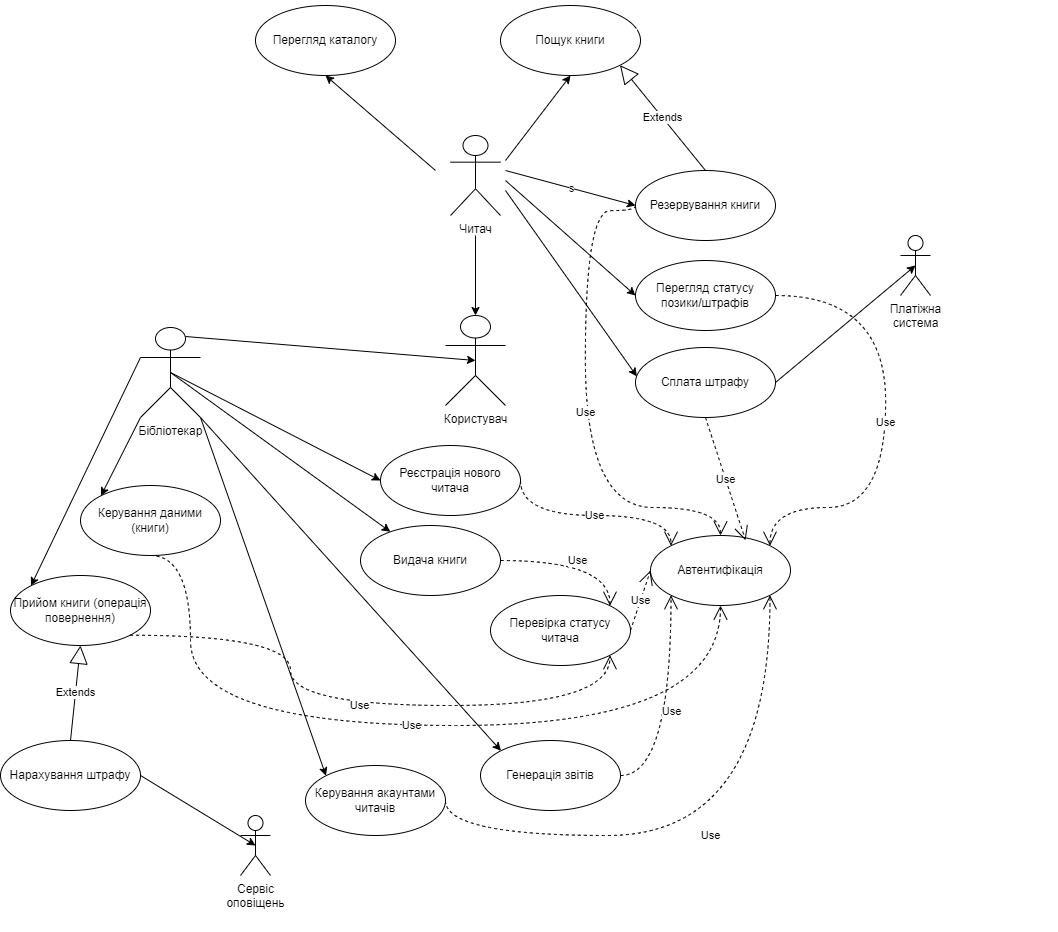
Above: Lab2/Use Case Diagram.png in DenysP21/Labs_KPI_2 (draw.io), before the change. Source tidied: cells renumbered, new cells last; positions are measured from the earlier drawing's top-left corner, leaving out a move shared by most shapes.
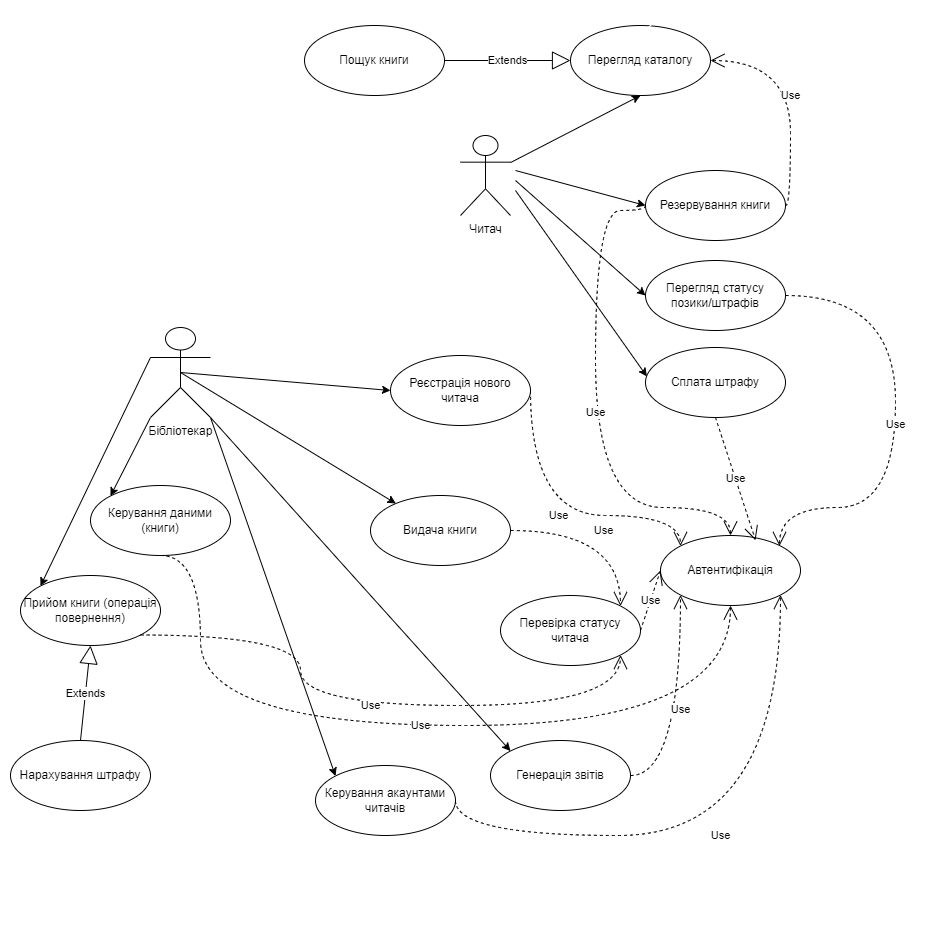
After the commit.

Diff of the diagram source:
```diff
@@ -2,7 +2,7 @@
   <root>
     <mxCell id="0" />
     <mxCell id="1" parent="0" />
-    <mxCell id="2" value="s" style="rounded=0;jettySize=auto;html=1;entryX=0;entryY=0.5;entryDx=0;entryDy=0;" parent="1" edge="1" target="14">
+    <mxCell id="2" style="rounded=0;jettySize=auto;html=1;entryX=0;entryY=0.5;entryDx=0;entryDy=0;" parent="1" edge="1" target="14">
       <mxGeometry relative="1" as="geometry">
         <mxPoint x="505" y="170" as="sourcePoint" />
       </mxGeometry>
@@ -15,9 +15,6 @@
     <mxCell id="4" value="Читач" style="shape=umlActor;verticalLabelPosition=bottom;verticalAlign=top;html=1;outlineConnect=0;" parent="1" vertex="1">
       <mxGeometry x="450" y="135" width="50" height="80" as="geometry" />
     </mxCell>
-    <mxCell id="5" style="rounded=0;jettySize=auto;html=1;entryX=0.5;entryY=0.5;entryDx=0;entryDy=0;entryPerimeter=0;exitX=0.75;exitY=0.1;exitDx=0;exitDy=0;exitPerimeter=0;" parent="1" edge="1" source="12" target="34">
-      <mxGeometry relative="1" as="geometry" />
-    </mxCell>
     <mxCell id="6" style="rounded=0;jettySize=auto;html=1;exitX=0.5;exitY=0.5;exitDx=0;exitDy=0;exitPerimeter=0;" parent="1" edge="1" source="12" target="40">
       <mxGeometry relative="1" as="geometry" />
     </mxCell>
@@ -40,7 +37,7 @@
       <mxGeometry x="140" y="327" width="60" height="90" as="geometry" />
     </mxCell>
     <mxCell id="13" value="Пощук книги" style="ellipse;whiteSpace=wrap;html=1;" parent="1" vertex="1">
-      <mxGeometry x="500" y="5" width="140" height="70" as="geometry" />
+      <mxGeometry x="294" y="25" width="140" height="70" as="geometry" />
     </mxCell>
     <mxCell id="14" value="Резервування книги" style="ellipse;whiteSpace=wrap;html=1;" parent="1" vertex="1">
       <mxGeometry x="635" y="170" width="140" height="70" as="geometry" />
@@ -54,11 +51,6 @@
     <mxCell id="17" value="Автентифікація" style="ellipse;whiteSpace=wrap;html=1;" parent="1" vertex="1">
       <mxGeometry x="650" y="535" width="140" height="70" as="geometry" />
     </mxCell>
-    <mxCell id="18" style="rounded=0;jettySize=auto;html=1;entryX=0.5;entryY=1;entryDx=0;entryDy=0;" parent="1" edge="1" target="13">
-      <mxGeometry relative="1" as="geometry">
-        <mxPoint x="505" y="160" as="sourcePoint" />
-      </mxGeometry>
-    </mxCell>
     <mxCell id="19" style="rounded=0;jettySize=auto;html=1;entryX=0.01;entryY=0.413;entryDx=0;entryDy=0;entryPerimeter=0;" parent="1" edge="1" target="16">
       <mxGeometry relative="1" as="geometry">
         <mxPoint x="505" y="190" as="sourcePoint" />
@@ -74,12 +66,6 @@
         </Array>
       </mxGeometry>
     </mxCell>
-    <mxCell id="21" value="Extends" style="endArrow=block;endSize=16;endFill=0;html=1;rounded=0;exitX=0.5;exitY=0;exitDx=0;exitDy=0;entryX=1;entryY=1;entryDx=0;entryDy=0;" parent="1" edge="1" source="14" target="13">
-      <mxGeometry relative="1" as="geometry" />
-    </mxCell>
-    <mxCell id="22" value="Платіжна&lt;div&gt;система&lt;/div&gt;" style="shape=umlActor;verticalLabelPosition=bottom;verticalAlign=top;html=1;outlineConnect=0;" parent="1" vertex="1">
-      <mxGeometry x="900" y="235" width="30" height="60" as="geometry" />
-    </mxCell>
     <mxCell id="23" value="Use" style="endArrow=open;endSize=12;dashed=1;html=1;rounded=0;exitX=1;exitY=0.5;exitDx=0;exitDy=0;entryX=1;entryY=0;entryDx=0;entryDy=0;edgeStyle=orthogonalEdgeStyle;curved=1;" parent="1" edge="1" source="15" target="17">
       <mxGeometry relative="1" as="geometry">
         <Array as="points">
@@ -89,12 +75,6 @@
         </Array>
       </mxGeometry>
     </mxCell>
-    <mxCell id="24" style="rounded=0;jettySize=auto;html=1;exitX=1;exitY=0.5;exitDx=0;exitDy=0;entryX=0.5;entryY=0.5;entryDx=0;entryDy=0;entryPerimeter=0;" parent="1" edge="1" source="44" target="25">
-      <mxGeometry relative="1" as="geometry" />
-    </mxCell>
-    <mxCell id="25" value="Сервіс&lt;div&gt;оповіщень&lt;/div&gt;" style="shape=umlActor;verticalLabelPosition=bottom;verticalAlign=top;html=1;outlineConnect=0;" parent="1" vertex="1">
-      <mxGeometry x="240" y="815" width="30" height="60" as="geometry" />
-    </mxCell>
     <mxCell id="26" value="Керування акаунтами читачів" style="ellipse;whiteSpace=wrap;html=1;" parent="1" vertex="1">
       <mxGeometry x="305" y="765" width="140" height="70" as="geometry" />
     </mxCell>
@@ -102,12 +82,10 @@
       <mxGeometry x="80" y="485" width="140" height="70" as="geometry" />
     </mxCell>
     <mxCell id="28" value="Перегляд каталогу" style="ellipse;whiteSpace=wrap;html=1;" parent="1" vertex="1">
-      <mxGeometry x="255" y="5" width="140" height="70" as="geometry" />
+      <mxGeometry x="560" y="25" width="140" height="70" as="geometry" />
     </mxCell>
-    <mxCell id="29" style="rounded=0;jettySize=auto;html=1;entryX=0.5;entryY=1;entryDx=0;entryDy=0;" parent="1" edge="1" target="28">
-      <mxGeometry relative="1" as="geometry">
-        <mxPoint x="435" y="170" as="sourcePoint" />
-      </mxGeometry>
+    <mxCell id="29" style="rounded=0;jettySize=auto;html=1;entryX=0.5;entryY=1;entryDx=0;entryDy=0;" parent="1" edge="1" source="4" target="28">
+      <mxGeometry relative="1" as="geometry" />
     </mxCell>
     <mxCell id="30" style="endArrow=none;html=1;rounded=0;strokeColor=#ffffff;" parent="1" edge="1">
       <mxGeometry relative="1" as="geometry">
@@ -123,8 +101,11 @@
     </mxCell>
     <mxCell id="32" style="endArrow=none;html=1;rounded=0;strokeColor=#ffffff;" parent="1" edge="1">
       <mxGeometry relative="1" as="geometry">
-        <mxPoint x="1005" y="750" as="sourcePoint" />
-        <mxPoint x="1055" y="700" as="targetPoint" />
+        <mxPoint x="860" y="685" as="sourcePoint" />
+        <mxPoint x="940" y="585" as="targetPoint" />
+        <Array as="points">
+          <mxPoint x="880" y="625" />
+        </Array>
       </mxGeometry>
     </mxCell>
     <mxCell id="33" style="endArrow=none;html=1;rounded=0;strokeColor=#ffffff;" parent="1" edge="1">
@@ -133,14 +114,6 @@
         <mxPoint x="405" y="880" as="targetPoint" />
       </mxGeometry>
     </mxCell>
-    <mxCell id="34" value="Користувач" style="shape=umlActor;verticalLabelPosition=bottom;verticalAlign=top;html=1;outlineConnect=0;" parent="1" vertex="1">
-      <mxGeometry x="445" y="315" width="60" height="90" as="geometry" />
-    </mxCell>
-    <mxCell id="35" style="endArrow=classic;html=1;rounded=0;entryX=0.5;entryY=0;entryDx=0;entryDy=0;entryPerimeter=0;" parent="1" edge="1" target="34">
-      <mxGeometry relative="1" as="geometry">
-        <mxPoint x="475" y="235" as="sourcePoint" />
-      </mxGeometry>
-    </mxCell>
     <mxCell id="36" value="Use" style="endArrow=open;endSize=12;dashed=1;html=1;rounded=0;exitX=0.5;exitY=1;exitDx=0;exitDy=0;entryX=0.679;entryY=0.069;entryDx=0;entryDy=0;entryPerimeter=0;" parent="1" edge="1" source="16" target="17">
       <mxGeometry relative="1" as="geometry" />
     </mxCell>
@@ -154,7 +127,7 @@
       <mxGeometry relative="1" as="geometry" />
     </mxCell>
     <mxCell id="40" value="Видача книги" style="ellipse;whiteSpace=wrap;html=1;" parent="1" vertex="1">
-      <mxGeometry x="360" y="525" width="140" height="70" as="geometry" />
+      <mxGeometry x="360" y="495" width="140" height="70" as="geometry" />
     </mxCell>
     <mxCell id="41" value="Use" style="endArrow=open;endSize=12;dashed=1;html=1;rounded=0;exitX=1;exitY=0.5;exitDx=0;exitDy=0;entryX=1;entryY=0;entryDx=0;entryDy=0;edgeStyle=orthogonalEdgeStyle;curved=1;" parent="1" edge="1" source="40" target="38">
       <mxGeometry relative="1" as="geometry" />
@@ -177,11 +150,8 @@
     <mxCell id="45" value="Extends" style="endArrow=block;endSize=16;endFill=0;html=1;rounded=0;entryX=0.5;entryY=1;entryDx=0;entryDy=0;exitX=0.5;exitY=0;exitDx=0;exitDy=0;" parent="1" edge="1" source="44" target="42">
       <mxGeometry relative="1" as="geometry" />
     </mxCell>
-    <mxCell id="46" style="rounded=0;jettySize=auto;html=1;exitX=1;exitY=0.5;exitDx=0;exitDy=0;entryX=0.5;entryY=0.5;entryDx=0;entryDy=0;entryPerimeter=0;" parent="1" edge="1" source="16" target="22">
-      <mxGeometry relative="1" as="geometry" />
-    </mxCell>
     <mxCell id="47" value="Реєстрація нового читача" style="ellipse;whiteSpace=wrap;html=1;" parent="1" vertex="1">
-      <mxGeometry x="380" y="445" width="140" height="70" as="geometry" />
+      <mxGeometry x="380" y="355" width="140" height="70" as="geometry" />
     </mxCell>
     <mxCell id="48" value="Use" style="endArrow=open;endSize=12;dashed=1;html=1;rounded=0;exitX=1;exitY=0.5;exitDx=0;exitDy=0;entryX=0;entryY=0;entryDx=0;entryDy=0;edgeStyle=orthogonalEdgeStyle;curved=1;" parent="1" edge="1" source="47" target="17">
       <mxGeometry relative="1" as="geometry">
@@ -210,5 +180,24 @@
     <mxCell id="51" value="Use" style="endArrow=open;endSize=12;dashed=1;html=1;rounded=0;exitX=1;exitY=0.5;exitDx=0;exitDy=0;entryX=0;entryY=1;entryDx=0;entryDy=0;edgeStyle=orthogonalEdgeStyle;curved=1;" parent="1" edge="1" source="37" target="17">
       <mxGeometry relative="1" as="geometry" />
     </mxCell>
+    <mxCell id="21" value="Extends" style="endArrow=block;endSize=16;endFill=0;html=1;rounded=0;exitX=1;exitY=0.5;exitDx=0;exitDy=0;entryX=0;entryY=0.5;entryDx=0;entryDy=0;" parent="1" edge="1" source="13" target="28">
+      <mxGeometry relative="1" as="geometry" />
+    </mxCell>
+    <mxCell id="52" value="Use" style="endArrow=open;endSize=12;dashed=1;html=1;rounded=0;exitX=1;exitY=0.5;exitDx=0;exitDy=0;entryX=1;entryY=0.5;entryDx=0;entryDy=0;edgeStyle=orthogonalEdgeStyle;curved=1;" parent="1" edge="1" target="28">
+      <mxGeometry relative="1" as="geometry">
+        <mxPoint x="775" y="205" as="sourcePoint" />
+        <Array as="points">
+          <mxPoint x="775" y="206" />
+          <mxPoint x="780" y="206" />
+          <mxPoint x="780" y="60" />
+        </Array>
+      </mxGeometry>
+    </mxCell>
+    <mxCell id="53" style="endArrow=none;html=1;rounded=0;strokeColor=#ffffff;" parent="1" edge="1">
+      <mxGeometry relative="1" as="geometry">
+        <mxPoint x="-10" y="347" as="sourcePoint" />
+        <mxPoint x="40" y="297" as="targetPoint" />
+      </mxGeometry>
+    </mxCell>
   </root>
 </mxGraphModel>
```
